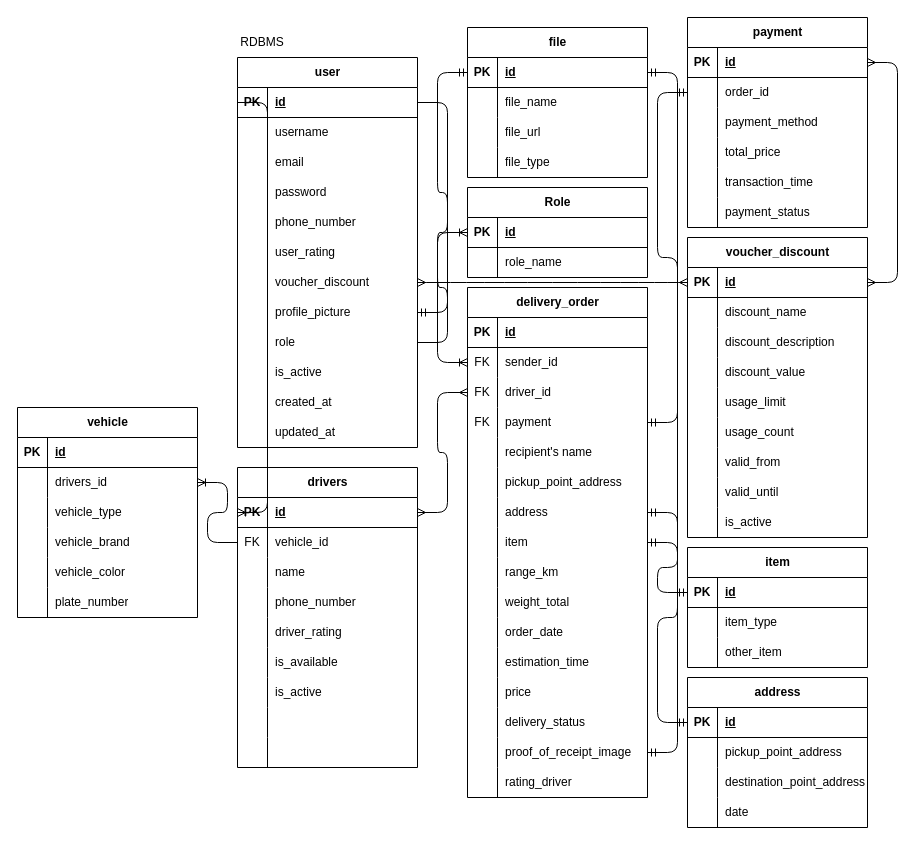
Earlier version of the draw.io diagram starspace/Untitled Diagram.drawio (DemoNicky/technical-test). Source tidied: cells renumbered, new cells numbered last; positions are measured from the earlier drawing's top-left corner, leaving out a move shared by most shapes. Both pictures are drawn from the tidied source at 100%, with x=0, y=0 at pixel (17, 17).
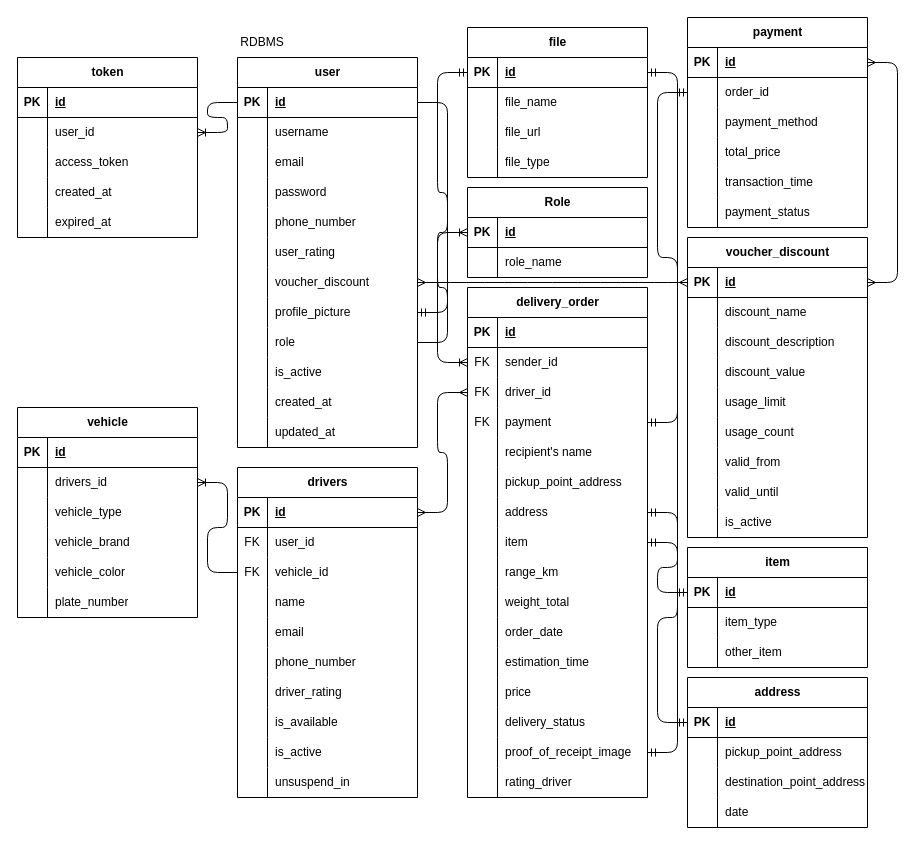
Above is the later version.

Unchanged cells that the change refers to:
```xml
<mxCell id="4" style="shape=tableRow;horizontal=0;startSize=0;swimlaneHead=0;swimlaneBody=0;fillColor=none;points=[[0,0.5],[1,0.5]];portConstraint=eastwest;top=0;left=0;right=0;bottom=1;" parent="3" vertex="1">
  <mxGeometry y="30" width="180" height="30" as="geometry" />
</mxCell>
<mxCell id="41" style="shape=tableRow;horizontal=0;startSize=0;swimlaneHead=0;swimlaneBody=0;fillColor=none;points=[[0,0.5],[1,0.5]];portConstraint=eastwest;top=0;left=0;right=0;bottom=1;" parent="40" vertex="1">
  <mxGeometry y="30" width="180" height="30" as="geometry" />
</mxCell>
```

What changed in the source:
```diff
@@
     <mxCell id="40" value="drivers" style="shape=table;startSize=30;childLayout=tableLayout;rowLines=0;fontStyle=1;align=center;html=1;" parent="1" vertex="1">
-      <mxGeometry x="220" y="450" width="180" height="300" as="geometry" />
+      <mxGeometry x="220" y="450" width="180" height="330" as="geometry" />
     </mxCell>
@@
+    <mxCell id="62" style="shape=tableRow;horizontal=0;startSize=0;swimlaneHead=0;swimlaneBody=0;fillColor=none;top=0;left=0;right=0;bottom=0;" parent="40" vertex="1">
+      <mxGeometry y="60" width="180" height="30" as="geometry" />
+    </mxCell>
+    <mxCell id="63" value="FK" style="shape=partialRectangle;fillColor=none;top=0;left=0;bottom=0;right=0;overflow=hidden;whiteSpace=wrap;html=1;" parent="62" vertex="1">
+      <mxGeometry width="30" height="30" as="geometry" />
+    </mxCell>
+    <mxCell id="64" value="user_id" style="shape=partialRectangle;fillColor=none;top=0;left=0;bottom=0;right=0;align=left;spacingLeft=6;overflow=hidden;whiteSpace=wrap;html=1;" parent="62" vertex="1">
+      <mxGeometry x="30" width="150" height="30" as="geometry" />
+    </mxCell>
     <mxCell id="44" style="shape=tableRow;horizontal=0;startSize=0;swimlaneHead=0;swimlaneBody=0;fillColor=none;points=[[0,0.5],[1,0.5]];portConstraint=eastwest;top=0;left=0;right=0;bottom=0;" parent="40" vertex="1">
-      <mxGeometry y="60" width="180" height="30" as="geometry" />
+      <mxGeometry y="90" width="180" height="30" as="geometry" />
     </mxCell>
@@
     <mxCell id="47" style="shape=tableRow;horizontal=0;startSize=0;swimlaneHead=0;swimlaneBody=0;fillColor=none;top=0;left=0;right=0;bottom=0;" parent="40" vertex="1">
-      <mxGeometry y="90" width="180" height="30" as="geometry" />
+      <mxGeometry y="120" width="180" height="30" as="geometry" />
     </mxCell>
@@
+    <mxCell id="238" style="shape=tableRow;horizontal=0;startSize=0;swimlaneHead=0;swimlaneBody=0;fillColor=none;top=0;left=0;right=0;bottom=0;" parent="40" vertex="1">
+      <mxGeometry y="150" width="180" height="30" as="geometry" />
+    </mxCell>
+    <mxCell id="239" style="shape=partialRectangle;fillColor=none;top=0;left=0;bottom=0;right=0;overflow=hidden;whiteSpace=wrap;html=1;" parent="238" vertex="1">
+      <mxGeometry width="30" height="30" as="geometry" />
+    </mxCell>
+    <mxCell id="240" value="email" style="shape=partialRectangle;fillColor=none;top=0;left=0;bottom=0;right=0;align=left;spacingLeft=6;overflow=hidden;whiteSpace=wrap;html=1;" parent="238" vertex="1">
+      <mxGeometry x="30" width="150" height="30" as="geometry" />
+    </mxCell>
     <mxCell id="50" style="shape=tableRow;horizontal=0;startSize=0;swimlaneHead=0;swimlaneBody=0;fillColor=none;top=0;left=0;right=0;bottom=0;" parent="40" vertex="1">
-      <mxGeometry y="120" width="180" height="30" as="geometry" />
+      <mxGeometry y="180" width="180" height="30" as="geometry" />
     </mxCell>
@@
     <mxCell id="53" style="shape=tableRow;horizontal=0;startSize=0;swimlaneHead=0;swimlaneBody=0;fillColor=none;top=0;left=0;right=0;bottom=0;" parent="40" vertex="1">
-      <mxGeometry y="150" width="180" height="30" as="geometry" />
+      <mxGeometry y="210" width="180" height="30" as="geometry" />
     </mxCell>
@@
     <mxCell id="56" style="shape=tableRow;horizontal=0;startSize=0;swimlaneHead=0;swimlaneBody=0;fillColor=none;top=0;left=0;right=0;bottom=0;" parent="40" vertex="1">
-      <mxGeometry y="180" width="180" height="30" as="geometry" />
+      <mxGeometry y="240" width="180" height="30" as="geometry" />
     </mxCell>
@@
     <mxCell id="59" style="shape=tableRow;horizontal=0;startSize=0;swimlaneHead=0;swimlaneBody=0;fillColor=none;top=0;left=0;right=0;bottom=0;" parent="40" vertex="1">
-      <mxGeometry y="210" width="180" height="30" as="geometry" />
+      <mxGeometry y="270" width="180" height="30" as="geometry" />
     </mxCell>
@@
-    <mxCell id="62" style="shape=tableRow;horizontal=0;startSize=0;swimlaneHead=0;swimlaneBody=0;fillColor=none;top=0;left=0;right=0;bottom=0;" parent="40" vertex="1">
-      <mxGeometry y="240" width="180" height="30" as="geometry" />
-    </mxCell>
-    <mxCell id="63" style="shape=partialRectangle;fillColor=none;top=0;left=0;bottom=0;right=0;overflow=hidden;whiteSpace=wrap;html=1;" parent="62" vertex="1">
-      <mxGeometry width="30" height="30" as="geometry" />
-    </mxCell>
-    <mxCell id="64" style="shape=partialRectangle;fillColor=none;top=0;left=0;bottom=0;right=0;align=left;spacingLeft=6;overflow=hidden;whiteSpace=wrap;html=1;" parent="62" vertex="1">
-      <mxGeometry x="30" width="150" height="30" as="geometry" />
-    </mxCell>
     <mxCell id="65" style="shape=tableRow;horizontal=0;startSize=0;swimlaneHead=0;swimlaneBody=0;fillColor=none;top=0;left=0;right=0;bottom=0;" parent="40" vertex="1">
-      <mxGeometry y="270" width="180" height="30" as="geometry" />
+      <mxGeometry y="300" width="180" height="30" as="geometry" />
     </mxCell>
@@
-    <mxCell id="67" style="shape=partialRectangle;fillColor=none;top=0;left=0;bottom=0;right=0;align=left;spacingLeft=6;overflow=hidden;whiteSpace=wrap;html=1;" parent="65" vertex="1">
+    <mxCell id="67" value="unsuspend_in" style="shape=partialRectangle;fillColor=none;top=0;left=0;bottom=0;right=0;align=left;spacingLeft=6;overflow=hidden;whiteSpace=wrap;html=1;" parent="65" vertex="1">
       <mxGeometry x="30" width="150" height="30" as="geometry" />
     </mxCell>
@@
-    <mxCell id="220" style="edgeStyle=entityRelationEdgeStyle;fontSize=12;html=1;endArrow=ERoneToMany;rounded=1;exitX=0;exitY=0.5;exitDx=0;exitDy=0;entryX=0;entryY=0.5;entryDx=0;entryDy=0;curved=0;" parent="1" edge="1" source="4" target="41">
-      <mxGeometry relative="1" as="geometry">
-        <Array as="points">
-          <mxPoint x="150" y="460" />
-          <mxPoint x="190" y="420" />
-        </Array>
-      </mxGeometry>
-    </mxCell>
@@
+    <mxCell id="241" value="token" style="shape=table;startSize=30;childLayout=tableLayout;rowLines=0;fontStyle=1;align=center;html=1;" parent="1" vertex="1">
+      <mxGeometry y="40" width="180" height="180" as="geometry" />
+    </mxCell>
+    <mxCell id="242" style="shape=tableRow;horizontal=0;startSize=0;swimlaneHead=0;swimlaneBody=0;fillColor=none;top=0;left=0;right=0;bottom=1;" parent="241" vertex="1">
+      <mxGeometry y="30" width="180" height="30" as="geometry" />
+    </mxCell>
+    <mxCell id="243" value="PK" style="shape=partialRectangle;fillColor=none;top=0;left=0;bottom=0;right=0;fontStyle=1;overflow=hidden;whiteSpace=wrap;html=1;" parent="242" vertex="1">
+      <mxGeometry width="30" height="30" as="geometry" />
+    </mxCell>
+    <mxCell id="244" value="id" style="shape=partialRectangle;fillColor=none;top=0;left=0;bottom=0;right=0;align=left;spacingLeft=6;fontStyle=5;overflow=hidden;whiteSpace=wrap;html=1;" parent="242" vertex="1">
+      <mxGeometry x="30" width="150" height="30" as="geometry" />
+    </mxCell>
+    <mxCell id="245" style="shape=tableRow;horizontal=0;startSize=0;swimlaneHead=0;swimlaneBody=0;fillColor=none;points=[[0,0.5],[1,0.5]];portConstraint=eastwest;top=0;left=0;right=0;bottom=0;" parent="241" vertex="1">
+      <mxGeometry y="60" width="180" height="30" as="geometry" />
+    </mxCell>
+    <mxCell id="246" style="shape=partialRectangle;fillColor=none;top=0;left=0;bottom=0;right=0;overflow=hidden;whiteSpace=wrap;html=1;" parent="245" vertex="1">
+      <mxGeometry width="30" height="30" as="geometry" />
+    </mxCell>
+    <mxCell id="247" value="user_id" style="shape=partialRectangle;fillColor=none;top=0;left=0;bottom=0;right=0;align=left;spacingLeft=6;overflow=hidden;whiteSpace=wrap;html=1;" parent="245" vertex="1">
+      <mxGeometry x="30" width="150" height="30" as="geometry" />
+    </mxCell>
+    <mxCell id="248" style="shape=tableRow;horizontal=0;startSize=0;swimlaneHead=0;swimlaneBody=0;fillColor=none;top=0;left=0;right=0;bottom=0;" parent="241" vertex="1">
+      <mxGeometry y="90" width="180" height="30" as="geometry" />
+    </mxCell>
+    <mxCell id="249" style="shape=partialRectangle;fillColor=none;top=0;left=0;bottom=0;right=0;overflow=hidden;whiteSpace=wrap;html=1;" parent="248" vertex="1">
+      <mxGeometry width="30" height="30" as="geometry" />
+    </mxCell>
+    <mxCell id="250" value="access_token" style="shape=partialRectangle;fillColor=none;top=0;left=0;bottom=0;right=0;align=left;spacingLeft=6;overflow=hidden;whiteSpace=wrap;html=1;" parent="248" vertex="1">
+      <mxGeometry x="30" width="150" height="30" as="geometry" />
+    </mxCell>
+    <mxCell id="251" style="shape=tableRow;horizontal=0;startSize=0;swimlaneHead=0;swimlaneBody=0;fillColor=none;top=0;left=0;right=0;bottom=0;" parent="241" vertex="1">
+      <mxGeometry y="120" width="180" height="30" as="geometry" />
+    </mxCell>
+    <mxCell id="252" style="shape=partialRectangle;fillColor=none;top=0;left=0;bottom=0;right=0;overflow=hidden;whiteSpace=wrap;html=1;" parent="251" vertex="1">
+      <mxGeometry width="30" height="30" as="geometry" />
+    </mxCell>
+    <mxCell id="253" value="created_at" style="shape=partialRectangle;fillColor=none;top=0;left=0;bottom=0;right=0;align=left;spacingLeft=6;overflow=hidden;whiteSpace=wrap;html=1;" parent="251" vertex="1">
+      <mxGeometry x="30" width="150" height="30" as="geometry" />
+    </mxCell>
+    <mxCell id="254" style="shape=tableRow;horizontal=0;startSize=0;swimlaneHead=0;swimlaneBody=0;fillColor=none;top=0;left=0;right=0;bottom=0;" parent="241" vertex="1">
+      <mxGeometry y="150" width="180" height="30" as="geometry" />
+    </mxCell>
+    <mxCell id="255" style="shape=partialRectangle;fillColor=none;top=0;left=0;bottom=0;right=0;overflow=hidden;whiteSpace=wrap;html=1;" parent="254" vertex="1">
+      <mxGeometry width="30" height="30" as="geometry" />
+    </mxCell>
+    <mxCell id="256" value="expired_at" style="shape=partialRectangle;fillColor=none;top=0;left=0;bottom=0;right=0;align=left;spacingLeft=6;overflow=hidden;whiteSpace=wrap;html=1;" parent="254" vertex="1">
+      <mxGeometry x="30" width="150" height="30" as="geometry" />
+    </mxCell>
+    <mxCell id="257" style="edgeStyle=entityRelationEdgeStyle;fontSize=12;html=1;endArrow=ERoneToMany;rounded=1;exitX=0;exitY=0.5;exitDx=0;exitDy=0;entryX=1;entryY=0.5;entryDx=0;entryDy=0;curved=0;" parent="1" edge="1" source="4" target="245">
+      <mxGeometry relative="1" as="geometry" />
+    </mxCell>
```
